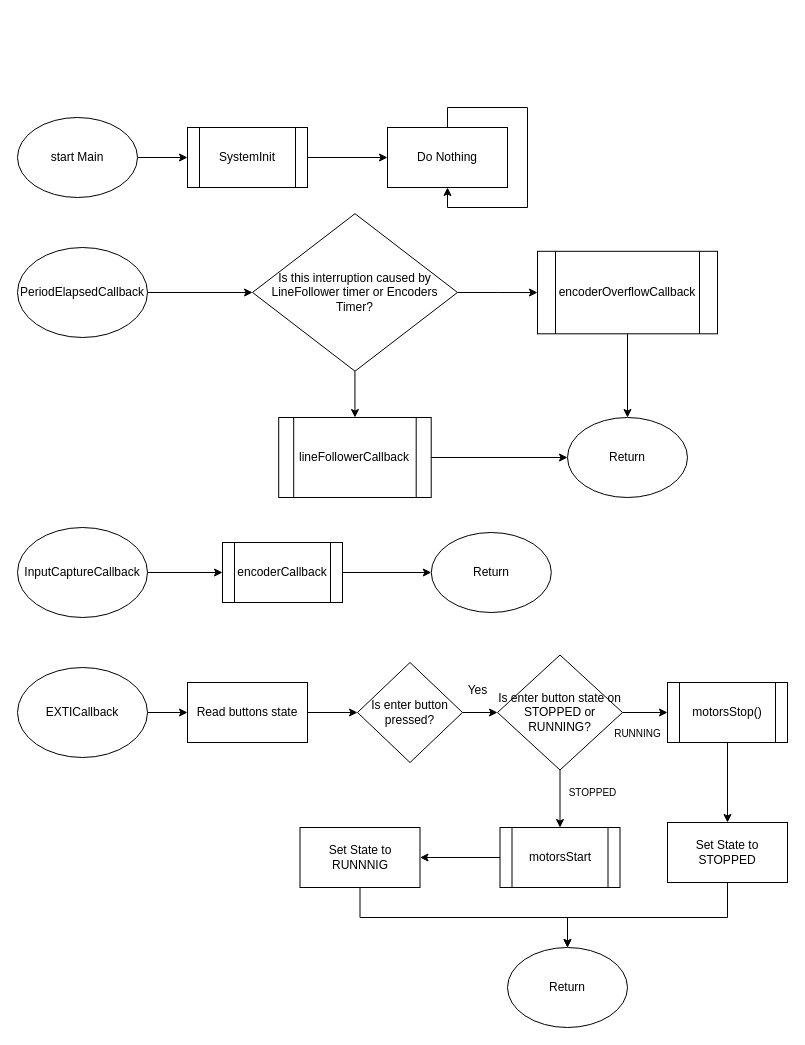
Above: FluxogramaMain.drawio in gabrielhaj/ES070 (draw.io), before the change. Source tidied: cells renumbered, new cells numbered last; positions are measured from the earlier drawing's top-left corner, leaving out a move shared by most shapes. Both pictures are drawn from the tidied source at 100%, with x=0, y=0 at pixel (17, 117).
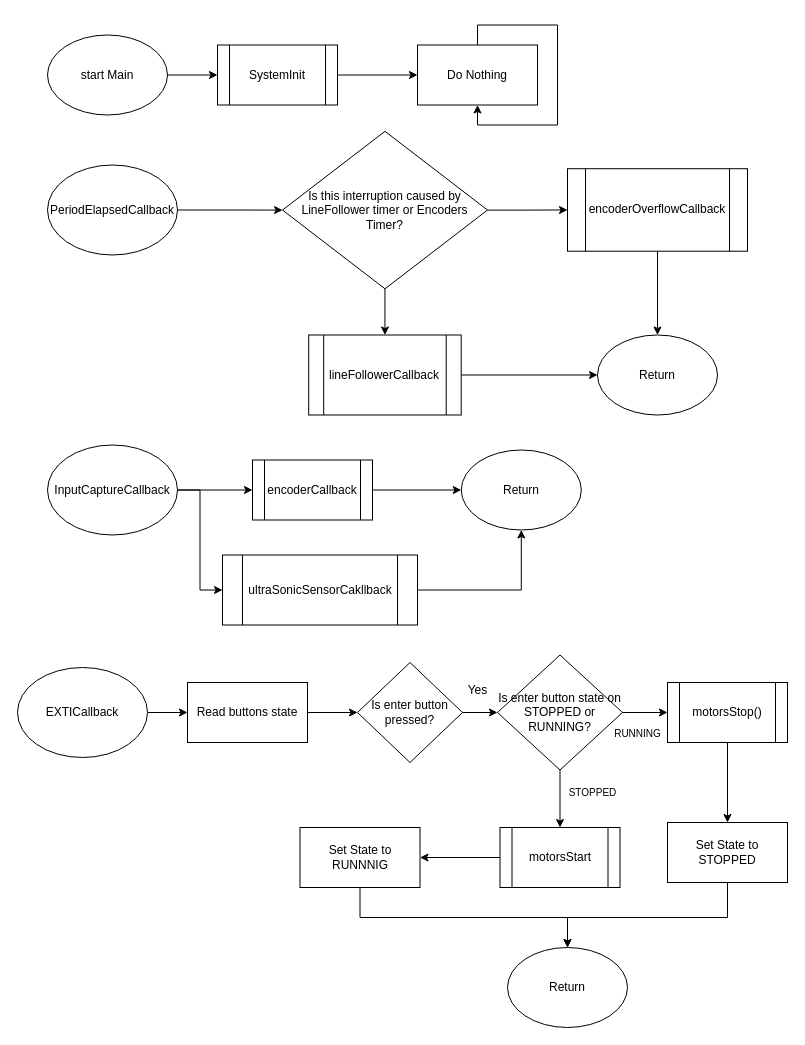
The same page after the edit.

The edit, as a diff of the source:
```diff
@@
     <mxCell id="3" value="start Main" style="ellipse;whiteSpace=wrap;html=1;" parent="1" vertex="1">
-      <mxGeometry width="120" height="80" as="geometry" />
+      <mxGeometry x="30" y="-82.5" width="120" height="80" as="geometry" />
     </mxCell>
@@
     <mxCell id="5" value="SystemInit" style="shape=process;whiteSpace=wrap;html=1;backgroundOutline=1;" parent="1" vertex="1">
-      <mxGeometry x="170" y="10" width="120" height="60" as="geometry" />
+      <mxGeometry x="200" y="-72.5" width="120" height="60" as="geometry" />
     </mxCell>
     <mxCell id="6" value="Do Nothing" style="whiteSpace=wrap;html=1;" parent="1" vertex="1">
-      <mxGeometry x="370" y="10" width="120" height="60" as="geometry" />
+      <mxGeometry x="400" y="-72.5" width="120" height="60" as="geometry" />
     </mxCell>
@@
     <mxCell id="9" value="PeriodElapsedCallback" style="ellipse;whiteSpace=wrap;html=1;" parent="1" vertex="1">
-      <mxGeometry y="130" width="130" height="90" as="geometry" />
+      <mxGeometry x="30" y="47.5" width="130" height="90" as="geometry" />
     </mxCell>
@@
     <mxCell id="12" value="Is this interruption caused by LineFollower timer or Encoders Timer?" style="rhombus;whiteSpace=wrap;html=1;" parent="1" vertex="1">
-      <mxGeometry x="235" y="96.2" width="205" height="157.5" as="geometry" />
+      <mxGeometry x="265" y="13.8" width="205" height="157.5" as="geometry" />
     </mxCell>
@@
     <mxCell id="14" value="encoderOverflowCallback" style="shape=process;whiteSpace=wrap;html=1;backgroundOutline=1;" parent="1" vertex="1">
-      <mxGeometry x="520" y="133.8" width="180" height="82.5" as="geometry" />
+      <mxGeometry x="550" y="51.2" width="180" height="82.5" as="geometry" />
     </mxCell>
@@
     <mxCell id="16" value="lineFollowerCallback" style="shape=process;whiteSpace=wrap;html=1;backgroundOutline=1;" parent="1" vertex="1">
-      <mxGeometry x="261.2" y="300" width="152.5" height="80" as="geometry" />
+      <mxGeometry x="291.2" y="217.5" width="152.5" height="80" as="geometry" />
     </mxCell>
@@
+    <mxCell id="44" style="edgeStyle=orthogonalEdgeStyle;rounded=0;jettySize=auto;html=1;entryX=0;entryY=0.5;entryDx=0;entryDy=0;" parent="1" edge="1" source="18" target="46">
+      <mxGeometry relative="1" as="geometry" />
+    </mxCell>
     <mxCell id="18" value="InputCaptureCallback" style="ellipse;whiteSpace=wrap;html=1;" parent="1" vertex="1">
-      <mxGeometry y="410" width="130" height="90" as="geometry" />
+      <mxGeometry x="30" y="327.5" width="130" height="90" as="geometry" />
     </mxCell>
@@
     <mxCell id="20" value="encoderCallback" style="shape=process;whiteSpace=wrap;html=1;backgroundOutline=1;" parent="1" vertex="1">
-      <mxGeometry x="205" y="425" width="120" height="60" as="geometry" />
+      <mxGeometry x="235" y="342.5" width="120" height="60" as="geometry" />
     </mxCell>
@@
     <mxCell id="41" value="Return" style="ellipse;whiteSpace=wrap;html=1;" parent="1" vertex="1">
-      <mxGeometry x="413.8" y="415" width="120" height="80" as="geometry" />
+      <mxGeometry x="443.8" y="332.5" width="120" height="80" as="geometry" />
     </mxCell>
     <mxCell id="42" value="Return" style="ellipse;whiteSpace=wrap;html=1;" parent="1" vertex="1">
-      <mxGeometry x="550" y="300" width="120" height="80" as="geometry" />
+      <mxGeometry x="580" y="217.5" width="120" height="80" as="geometry" />
     </mxCell>
@@
+    <mxCell id="45" style="edgeStyle=orthogonalEdgeStyle;rounded=0;jettySize=auto;html=1;entryX=0.5;entryY=1;entryDx=0;entryDy=0;" parent="1" edge="1" source="46" target="41">
+      <mxGeometry relative="1" as="geometry" />
+    </mxCell>
+    <mxCell id="46" value="ultraSonicSensorCakllback" style="shape=process;whiteSpace=wrap;html=1;backgroundOutline=1;" parent="1" vertex="1">
+      <mxGeometry x="205" y="437.5" width="195" height="70" as="geometry" />
+    </mxCell>
```
